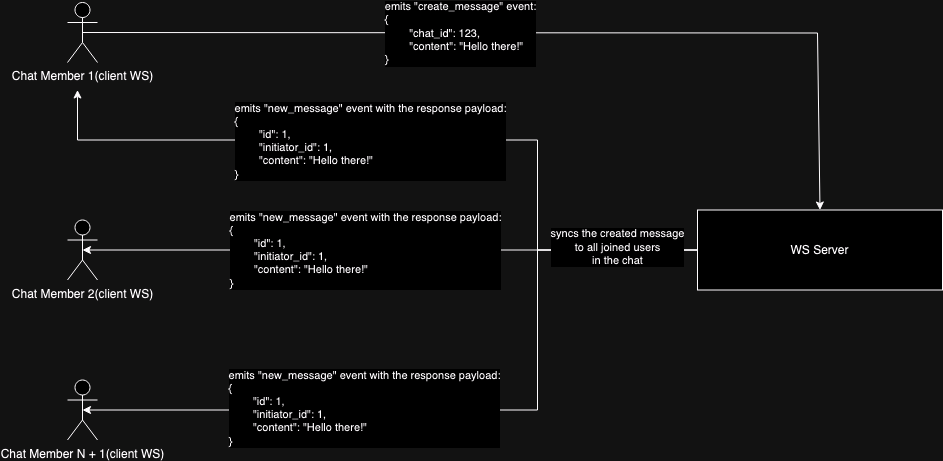
Above: assets/ws-diagrams/messages/crud/create_message.event.png in KR1470R/artos-messenger (draw.io), before the change. Source tidied: cells renumbered, new cells last; positions are measured from the earlier drawing's top-left corner, leaving out a move shared by most shapes.
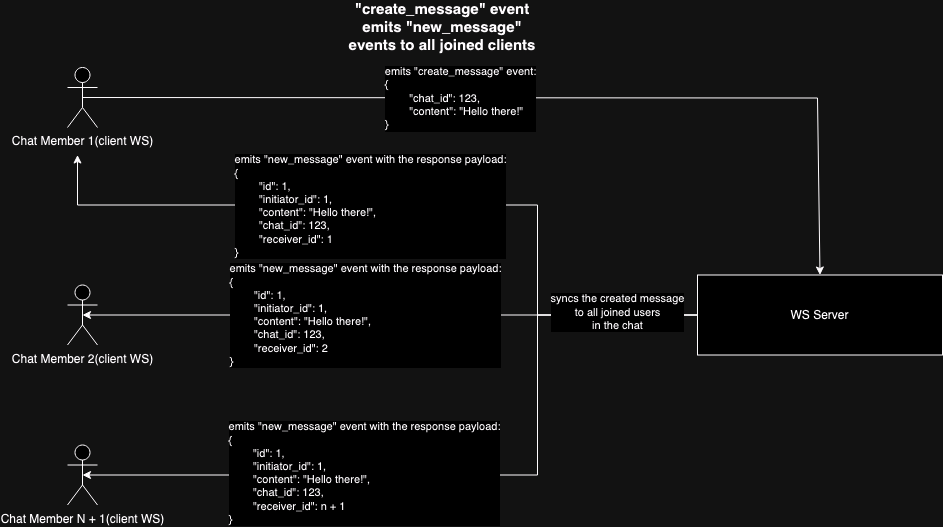
The same file after the commit.

Change to the diagram source:
```diff
@@ -25,7 +25,7 @@
         </Array>
       </mxGeometry>
     </mxCell>
-    <mxCell id="7" value="&lt;div&gt;emits &quot;new_message&quot; event with the response payload:&lt;/div&gt;&lt;div align=&quot;left&quot;&gt;{&lt;/div&gt;&lt;div align=&quot;left&quot;&gt;&lt;span style=&quot;white-space: pre;&quot;&gt;&#9;&lt;/span&gt;&quot;id&quot;: 1,&lt;/div&gt;&lt;div align=&quot;left&quot;&gt;&lt;span style=&quot;white-space: pre;&quot;&gt;&#9;&lt;/span&gt;&lt;span style=&quot;white-space: pre;&quot;&gt;&lt;/span&gt;&quot;initiator_id&quot;: 1,&lt;/div&gt;&lt;div align=&quot;left&quot;&gt;&lt;span style=&quot;white-space: pre;&quot;&gt;&#9;&lt;/span&gt;&quot;content&quot;: &quot;Hello there!&quot;&lt;/div&gt;&lt;div align=&quot;left&quot;&gt;}&lt;br&gt;&lt;/div&gt;" style="edgeLabel;html=1;align=center;verticalAlign=middle;" parent="6" vertex="1">
+    <mxCell id="7" value="&lt;div&gt;emits &quot;new_message&quot; event with the response payload:&lt;/div&gt;&lt;div align=&quot;left&quot;&gt;{&lt;/div&gt;&lt;div align=&quot;left&quot;&gt;&lt;span style=&quot;white-space: pre;&quot;&gt;&#9;&lt;/span&gt;&quot;id&quot;: 1,&lt;/div&gt;&lt;div align=&quot;left&quot;&gt;&lt;span style=&quot;white-space: pre;&quot;&gt;&#9;&lt;/span&gt;&lt;span style=&quot;white-space: pre;&quot;&gt;&lt;/span&gt;&quot;initiator_id&quot;: 1,&lt;/div&gt;&lt;div align=&quot;left&quot;&gt;&lt;span style=&quot;white-space: pre;&quot;&gt;&#9;&lt;/span&gt;&quot;content&quot;: &quot;Hello there!&quot;,&lt;/div&gt;&lt;div align=&quot;left&quot;&gt;&lt;span style=&quot;white-space: pre;&quot;&gt;&#9;&lt;/span&gt;&quot;chat_id&quot;: 123,&lt;/div&gt;&lt;div align=&quot;left&quot;&gt;&lt;span style=&quot;white-space: pre;&quot;&gt;&#9;&quot;&lt;/span&gt;receiver_id&quot;: 1&lt;br&gt;&lt;/div&gt;&lt;div align=&quot;left&quot;&gt;}&lt;br&gt;&lt;/div&gt;" style="edgeLabel;html=1;align=center;verticalAlign=middle;" parent="6" vertex="1">
       <mxGeometry x="-0.15" y="1" relative="1" as="geometry">
         <mxPoint x="-106" as="offset" />
       </mxGeometry>
@@ -33,7 +33,7 @@
     <mxCell id="8" style="endArrow=classic;html=1;rounded=0;exitX=0;exitY=0.5;exitDx=0;exitDy=0;entryX=0.5;entryY=0.5;entryDx=0;entryDy=0;entryPerimeter=0;" parent="1" edge="1" source="5" target="2">
       <mxGeometry relative="1" as="geometry" />
     </mxCell>
-    <mxCell id="9" value="&lt;div&gt;emits &quot;new_message&quot; event with the response payload:&lt;/div&gt;&lt;div align=&quot;left&quot;&gt;{&lt;/div&gt;&lt;div align=&quot;left&quot;&gt;&lt;span style=&quot;white-space: pre;&quot;&gt;&#9;&lt;/span&gt;&quot;id&quot;: 1,&lt;/div&gt;&lt;div align=&quot;left&quot;&gt;&lt;span style=&quot;white-space: pre;&quot;&gt;&#9;&lt;/span&gt;&lt;span style=&quot;white-space: pre;&quot;&gt;&lt;/span&gt;&quot;initiator_id&quot;: 1,&lt;/div&gt;&lt;div align=&quot;left&quot;&gt;&lt;span style=&quot;white-space: pre;&quot;&gt;&#9;&lt;/span&gt;&quot;content&quot;: &quot;Hello there!&quot;&lt;/div&gt;&lt;div align=&quot;left&quot;&gt;}&lt;br&gt;&lt;/div&gt;" style="edgeLabel;html=1;align=center;verticalAlign=middle;" parent="8" vertex="1">
+    <mxCell id="9" value="&lt;div&gt;emits &quot;new_message&quot; event with the response payload:&lt;/div&gt;&lt;div align=&quot;left&quot;&gt;{&lt;/div&gt;&lt;div align=&quot;left&quot;&gt;&lt;span style=&quot;white-space: pre;&quot;&gt;&#9;&lt;/span&gt;&quot;id&quot;: 1,&lt;/div&gt;&lt;div align=&quot;left&quot;&gt;&lt;span style=&quot;white-space: pre;&quot;&gt;&#9;&lt;/span&gt;&lt;span style=&quot;white-space: pre;&quot;&gt;&lt;/span&gt;&quot;initiator_id&quot;: 1,&lt;/div&gt;&lt;div align=&quot;left&quot;&gt;&lt;span style=&quot;white-space: pre;&quot;&gt;&#9;&lt;/span&gt;&quot;content&quot;: &quot;Hello there!&quot;,&lt;div align=&quot;left&quot;&gt;&lt;span style=&quot;white-space: pre;&quot;&gt;&#9;&lt;/span&gt;&quot;chat_id&quot;: 123,&lt;/div&gt;&lt;span style=&quot;white-space: pre;&quot;&gt;&#9;&quot;&lt;/span&gt;receiver_id&quot;: 2&lt;br&gt;&lt;/div&gt;&lt;div align=&quot;left&quot;&gt;}&lt;br&gt;&lt;/div&gt;" style="edgeLabel;html=1;align=center;verticalAlign=middle;" parent="8" vertex="1">
       <mxGeometry x="0.21" relative="1" as="geometry">
         <mxPoint x="42" as="offset" />
       </mxGeometry>
@@ -51,7 +51,7 @@
         <mxPoint x="8" as="offset" />
       </mxGeometry>
     </mxCell>
-    <mxCell id="12" value="&lt;div&gt;emits &quot;new_message&quot; event with the response payload:&lt;/div&gt;&lt;div align=&quot;left&quot;&gt;{&lt;/div&gt;&lt;div align=&quot;left&quot;&gt;&lt;span style=&quot;white-space: pre;&quot;&gt;&#9;&lt;/span&gt;&quot;id&quot;: 1,&lt;/div&gt;&lt;div align=&quot;left&quot;&gt;&lt;span style=&quot;white-space: pre;&quot;&gt;&lt;/span&gt;&lt;span style=&quot;white-space: pre;&quot;&gt;&#9;&lt;/span&gt;&quot;initiator_id&quot;: 1,&lt;/div&gt;&lt;div align=&quot;left&quot;&gt;&lt;span style=&quot;white-space: pre;&quot;&gt;&#9;&lt;/span&gt;&quot;content&quot;: &quot;Hello there!&quot;&lt;/div&gt;&lt;div align=&quot;left&quot;&gt;}&lt;br&gt;&lt;/div&gt;" style="edgeLabel;html=1;align=center;verticalAlign=middle;" parent="10" vertex="1">
+    <mxCell id="12" value="&lt;div&gt;emits &quot;new_message&quot; event with the response payload:&lt;/div&gt;&lt;div align=&quot;left&quot;&gt;{&lt;/div&gt;&lt;div align=&quot;left&quot;&gt;&lt;span style=&quot;white-space: pre;&quot;&gt;&#9;&lt;/span&gt;&quot;id&quot;: 1,&lt;/div&gt;&lt;div align=&quot;left&quot;&gt;&lt;span style=&quot;white-space: pre;&quot;&gt;&lt;/span&gt;&lt;span style=&quot;white-space: pre;&quot;&gt;&#9;&lt;/span&gt;&quot;initiator_id&quot;: 1,&lt;/div&gt;&lt;div align=&quot;left&quot;&gt;&lt;span style=&quot;white-space: pre;&quot;&gt;&#9;&lt;/span&gt;&quot;content&quot;: &quot;Hello there!&quot;,&lt;div align=&quot;left&quot;&gt;&lt;span style=&quot;white-space: pre;&quot;&gt;&#9;&lt;/span&gt;&quot;chat_id&quot;: 123,&lt;/div&gt;&lt;span style=&quot;white-space: pre;&quot;&gt;&#9;&quot;&lt;/span&gt;receiver_id&quot;: n + 1&lt;br&gt;&lt;/div&gt;&lt;div align=&quot;left&quot;&gt;}&lt;br&gt;&lt;/div&gt;" style="edgeLabel;html=1;align=center;verticalAlign=middle;" parent="10" vertex="1">
       <mxGeometry x="0.29" y="-2" relative="1" as="geometry">
         <mxPoint x="8" as="offset" />
       </mxGeometry>
@@ -68,5 +68,8 @@
         <mxPoint x="-1" y="-4" as="offset" />
       </mxGeometry>
     </mxCell>
+    <mxCell id="15" value="&lt;b&gt;&lt;font style=&quot;font-size: 15px;&quot;&gt;&quot;create_message&quot; event emits &quot;new_message&quot; events to all joined clients&lt;br&gt;&lt;/font&gt;&lt;/b&gt;" style="text;html=1;align=center;verticalAlign=middle;whiteSpace=wrap;rounded=0;" parent="1" vertex="1">
+      <mxGeometry x="280" y="-55" width="190" height="30" as="geometry" />
+    </mxCell>
   </root>
 </mxGraphModel>
```
